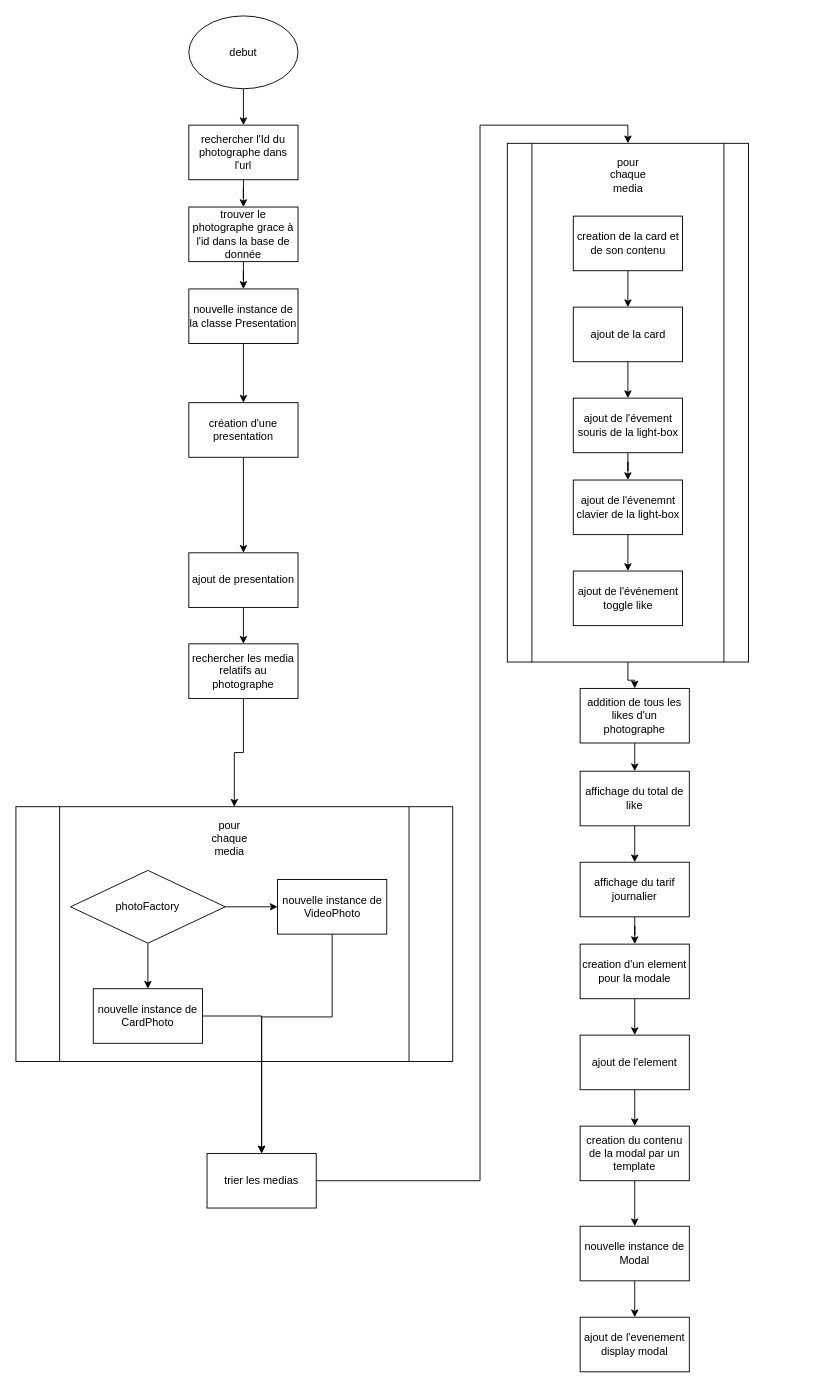
Earlier version of the draw.io diagram photographer.drawio (madelineGrammatico/Front-End-Fisheye). Source tidied: cells renumbered, new cells numbered last; positions are measured from the earlier drawing's top-left corner, leaving out a move shared by most shapes. Both pictures are drawn from the tidied source at 91%, with x=0, y=0 at pixel (15, 15).
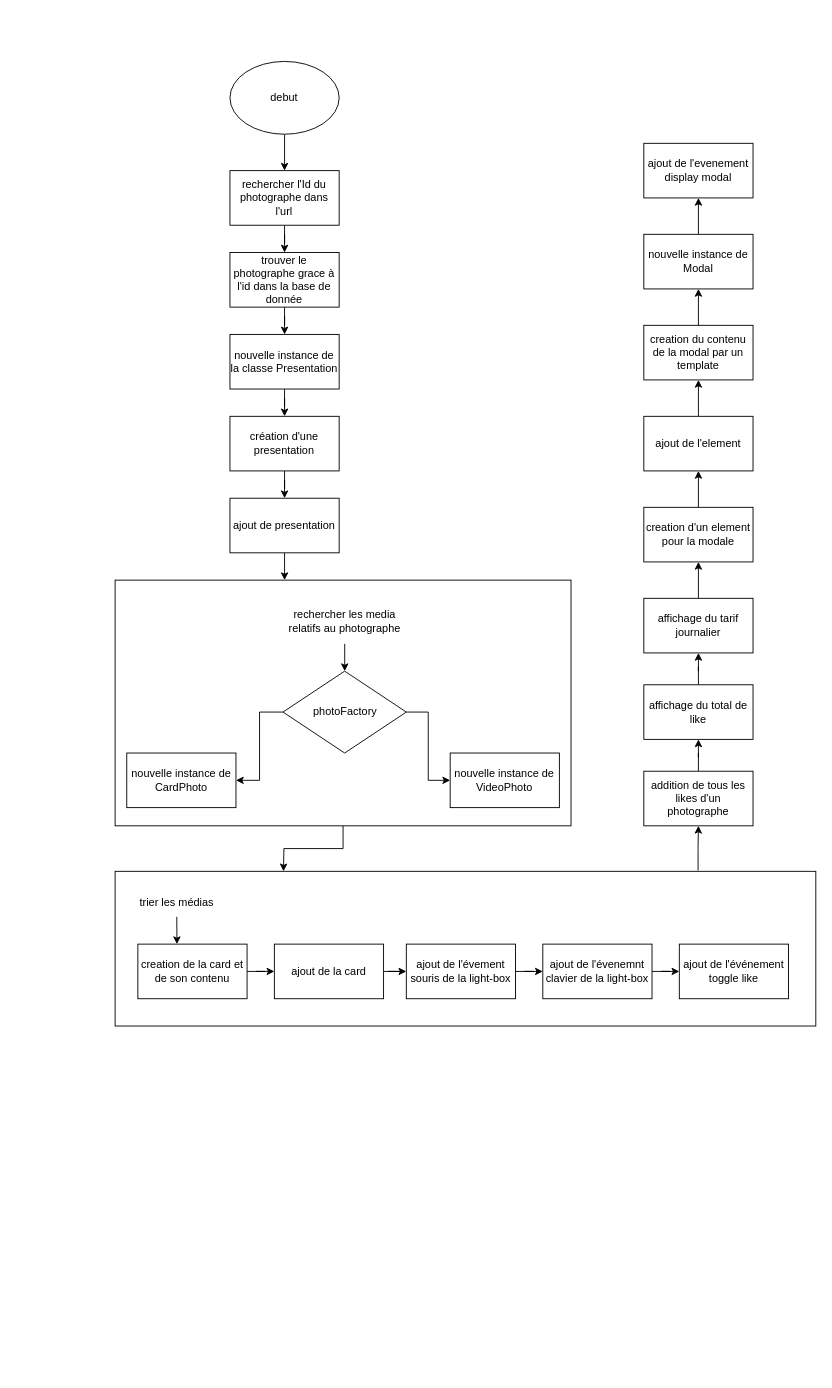
Above is the later version.

Diff of the diagram source:
```diff
@@
-    <mxCell id="2" style="shape=process;whiteSpace=wrap;html=1;backgroundOutline=1;" parent="1" vertex="1">
-      <mxGeometry y="869" width="480" height="280" as="geometry" />
-    </mxCell>
+    <mxCell id="54" style="edgeStyle=orthogonalEdgeStyle;rounded=0;jettySize=auto;html=1;entryX=0.5;entryY=1;entryDx=0;entryDy=0;exitX=0.832;exitY=-0.006;exitDx=0;exitDy=0;exitPerimeter=0;" parent="1" edge="1" source="55" target="49">
+      <mxGeometry relative="1" as="geometry" />
+    </mxCell>
+    <mxCell id="55" style="rounded=0;whiteSpace=wrap;html=1;" parent="1" vertex="1">
+      <mxGeometry x="109" y="940" width="770" height="170" as="geometry" />
+    </mxCell>
+    <mxCell id="56" style="edgeStyle=orthogonalEdgeStyle;rounded=0;jettySize=auto;html=1;" parent="1" edge="1" source="57">
+      <mxGeometry relative="1" as="geometry">
+        <mxPoint x="294" y="940" as="targetPoint" />
+      </mxGeometry>
+    </mxCell>
+    <mxCell id="57" style="rounded=0;whiteSpace=wrap;html=1;" parent="1" vertex="1">
+      <mxGeometry x="109" y="620" width="501" height="270" as="geometry" />
+    </mxCell>
@@
     <mxCell id="4" value="&lt;div&gt;debut&lt;/div&gt;" style="ellipse;whiteSpace=wrap;html=1;" parent="1" vertex="1">
-      <mxGeometry x="190" width="120" height="80" as="geometry" />
+      <mxGeometry x="235.2" y="50" width="120" height="80" as="geometry" />
     </mxCell>
@@
     <mxCell id="6" value="rechercher l'Id du photographe dans l'url" style="rounded=0;whiteSpace=wrap;html=1;" parent="1" vertex="1">
-      <mxGeometry x="190" y="120" width="120" height="60" as="geometry" />
+      <mxGeometry x="235.2" y="170" width="120" height="60" as="geometry" />
     </mxCell>
@@
     <mxCell id="8" value="trouver le photographe grace à l'id dans la base de donnée" style="rounded=0;whiteSpace=wrap;html=1;" parent="1" vertex="1">
-      <mxGeometry x="190" y="210" width="120" height="60" as="geometry" />
+      <mxGeometry x="235.2" y="260" width="120" height="60" as="geometry" />
     </mxCell>
@@
     <mxCell id="10" value="nouvelle instance de la classe Presentation" style="rounded=0;whiteSpace=wrap;html=1;" parent="1" vertex="1">
-      <mxGeometry x="190" y="300" width="120" height="60" as="geometry" />
+      <mxGeometry x="235.2" y="350" width="120" height="60" as="geometry" />
     </mxCell>
@@
     <mxCell id="12" value="création d'une presentation " style="rounded=0;whiteSpace=wrap;html=1;" parent="1" vertex="1">
-      <mxGeometry x="190" y="425" width="120" height="60" as="geometry" />
+      <mxGeometry x="235.2" y="440" width="120" height="60" as="geometry" />
     </mxCell>
-    <mxCell id="13" style="edgeStyle=orthogonalEdgeStyle;rounded=0;jettySize=auto;html=1;entryX=0.5;entryY=0;entryDx=0;entryDy=0;" parent="1" edge="1" source="14" target="2">
-      <mxGeometry relative="1" as="geometry" />
-    </mxCell>
-    <mxCell id="14" value="rechercher les media relatifs au photographe" style="rounded=0;whiteSpace=wrap;html=1;" parent="1" vertex="1">
-      <mxGeometry x="190" y="690" width="120" height="60" as="geometry" />
-    </mxCell>
-    <mxCell id="15" style="edgeStyle=orthogonalEdgeStyle;rounded=0;jettySize=auto;html=1;entryX=0.5;entryY=0;entryDx=0;entryDy=0;" parent="1" edge="1" source="16" target="18">
-      <mxGeometry relative="1" as="geometry">
-        <Array as="points">
-          <mxPoint x="510" y="1280" />
-          <mxPoint x="510" y="120" />
-          <mxPoint x="673" y="120" />
-        </Array>
-      </mxGeometry>
-    </mxCell>
-    <mxCell id="16" value="trier les medias" style="rounded=0;whiteSpace=wrap;html=1;" parent="1" vertex="1">
-      <mxGeometry x="210" y="1250" width="120" height="60" as="geometry" />
-    </mxCell>
-    <mxCell id="17" style="edgeStyle=orthogonalEdgeStyle;rounded=0;jettySize=auto;html=1;entryX=0.5;entryY=0;entryDx=0;entryDy=0;" parent="1" edge="1" source="18" target="49">
-      <mxGeometry relative="1" as="geometry" />
-    </mxCell>
-    <mxCell id="18" style="shape=process;whiteSpace=wrap;html=1;backgroundOutline=1;" parent="1" vertex="1">
-      <mxGeometry x="540" y="140" width="265" height="570" as="geometry" />
-    </mxCell>
+    <mxCell id="58" style="edgeStyle=orthogonalEdgeStyle;rounded=0;jettySize=auto;html=1;exitX=0.5;exitY=1;exitDx=0;exitDy=0;entryX=0.358;entryY=0;entryDx=0;entryDy=0;entryPerimeter=0;" parent="1" edge="1" source="19" target="28">
+      <mxGeometry relative="1" as="geometry" />
+    </mxCell>
-    <mxCell id="19" value="pour chaque media" style="text;html=1;strokeColor=none;fillColor=none;align=center;verticalAlign=middle;whiteSpace=wrap;rounded=0;" parent="1" vertex="1">
-      <mxGeometry x="642.5" y="160" width="60" height="30" as="geometry" />
+    <mxCell id="19" value="trier les médias" style="text;html=1;strokeColor=none;fillColor=none;align=center;verticalAlign=middle;whiteSpace=wrap;rounded=0;" parent="1" vertex="1">
+      <mxGeometry x="134" y="960" width="85.5" height="30" as="geometry" />
     </mxCell>
-    <mxCell id="20" style="edgeStyle=orthogonalEdgeStyle;rounded=0;jettySize=auto;html=1;entryX=0.5;entryY=0;entryDx=0;entryDy=0;" parent="1" edge="1" source="22" target="24">
+    <mxCell id="20" style="edgeStyle=orthogonalEdgeStyle;rounded=0;jettySize=auto;html=1;entryX=1;entryY=0.5;entryDx=0;entryDy=0;" parent="1" edge="1" source="22" target="24">
       <mxGeometry relative="1" as="geometry" />
     </mxCell>
@@
     <mxCell id="22" value="photoFactory" style="rhombus;whiteSpace=wrap;html=1;" parent="1" vertex="1">
-      <mxGeometry x="60" y="939" width="170" height="80" as="geometry" />
+      <mxGeometry x="293.5" y="720" width="135.5" height="90" as="geometry" />
     </mxCell>
-    <mxCell id="23" style="edgeStyle=orthogonalEdgeStyle;rounded=0;jettySize=auto;html=1;entryX=0.5;entryY=0;entryDx=0;entryDy=0;" parent="1" edge="1" source="24" target="16">
-      <mxGeometry relative="1" as="geometry" />
-    </mxCell>
     <mxCell id="24" value="nouvelle instance de CardPhoto" style="rounded=0;whiteSpace=wrap;html=1;" parent="1" vertex="1">
-      <mxGeometry x="85" y="1069" width="120" height="60" as="geometry" />
+      <mxGeometry x="121.8" y="810" width="120" height="60" as="geometry" />
     </mxCell>
-    <mxCell id="25" style="edgeStyle=orthogonalEdgeStyle;rounded=0;jettySize=auto;html=1;entryX=0.5;entryY=0;entryDx=0;entryDy=0;" parent="1" edge="1" source="26" target="16">
-      <mxGeometry relative="1" as="geometry">
-        <Array as="points">
-          <mxPoint x="348" y="1100" />
-          <mxPoint x="270" y="1100" />
-        </Array>
-      </mxGeometry>
-    </mxCell>
     <mxCell id="26" value="nouvelle instance de VideoPhoto" style="rounded=0;whiteSpace=wrap;html=1;" parent="1" vertex="1">
-      <mxGeometry x="287.5" y="949" width="120" height="60" as="geometry" />
+      <mxGeometry x="477.2" y="810" width="120" height="60" as="geometry" />
     </mxCell>
-    <mxCell id="27" style="edgeStyle=orthogonalEdgeStyle;rounded=0;jettySize=auto;html=1;entryX=0.5;entryY=0;entryDx=0;entryDy=0;" parent="1" edge="1" source="28" target="30">
+    <mxCell id="27" style="edgeStyle=orthogonalEdgeStyle;rounded=0;jettySize=auto;html=1;entryX=0;entryY=0.5;entryDx=0;entryDy=0;" parent="1" edge="1" source="28" target="30">
       <mxGeometry relative="1" as="geometry" />
     </mxCell>
     <mxCell id="28" value="creation de la card et de son contenu" style="rounded=0;whiteSpace=wrap;html=1;" parent="1" vertex="1">
-      <mxGeometry x="612.5" y="220" width="120" height="60" as="geometry" />
+      <mxGeometry x="134" y="1020" width="120" height="60" as="geometry" />
     </mxCell>
@@
     <mxCell id="30" value="ajout de la card" style="rounded=0;whiteSpace=wrap;html=1;" parent="1" vertex="1">
-      <mxGeometry x="612.5" y="320" width="120" height="60" as="geometry" />
+      <mxGeometry x="284" y="1020" width="120" height="60" as="geometry" />
     </mxCell>
@@
     <mxCell id="32" value="ajout de l'évement souris de la light-box" style="rounded=0;whiteSpace=wrap;html=1;" parent="1" vertex="1">
-      <mxGeometry x="612.5" y="420" width="120" height="60" as="geometry" />
+      <mxGeometry x="429" y="1020" width="120" height="60" as="geometry" />
     </mxCell>
@@
     <mxCell id="34" value="ajout de l'évenemnt clavier de la light-box" style="rounded=0;whiteSpace=wrap;html=1;" parent="1" vertex="1">
-      <mxGeometry x="612.5" y="510" width="120" height="60" as="geometry" />
+      <mxGeometry x="579" y="1020" width="120" height="60" as="geometry" />
     </mxCell>
     <mxCell id="35" value="ajout de l'événement toggle like" style="rounded=0;whiteSpace=wrap;html=1;" parent="1" vertex="1">
-      <mxGeometry x="612.5" y="610" width="120" height="60" as="geometry" />
+      <mxGeometry x="729" y="1020" width="120" height="60" as="geometry" />
     </mxCell>
@@
     <mxCell id="37" value="creation d'un element pour la modale" style="rounded=0;whiteSpace=wrap;html=1;" parent="1" vertex="1">
-      <mxGeometry x="620" y="1020" width="120" height="60" as="geometry" />
+      <mxGeometry x="690" y="540" width="120" height="60" as="geometry" />
     </mxCell>
@@
     <mxCell id="39" value="ajout de l'element" style="rounded=0;whiteSpace=wrap;html=1;" parent="1" vertex="1">
-      <mxGeometry x="620" y="1120" width="120" height="60" as="geometry" />
+      <mxGeometry x="690" y="440" width="120" height="60" as="geometry" />
     </mxCell>
@@
     <mxCell id="41" value="creation du contenu de la modal par un template" style="rounded=0;whiteSpace=wrap;html=1;" parent="1" vertex="1">
-      <mxGeometry x="620" y="1220" width="120" height="60" as="geometry" />
+      <mxGeometry x="690" y="340" width="120" height="60" as="geometry" />
     </mxCell>
@@
     <mxCell id="43" value="nouvelle instance de Modal" style="rounded=0;whiteSpace=wrap;html=1;" parent="1" vertex="1">
-      <mxGeometry x="620" y="1330" width="120" height="60" as="geometry" />
+      <mxGeometry x="690" y="240" width="120" height="60" as="geometry" />
     </mxCell>
     <mxCell id="44" value="ajout de l'evenement display modal" style="rounded=0;whiteSpace=wrap;html=1;" parent="1" vertex="1">
-      <mxGeometry x="620" y="1430" width="120" height="60" as="geometry" />
+      <mxGeometry x="690" y="140" width="120" height="60" as="geometry" />
     </mxCell>
-    <mxCell id="45" style="edgeStyle=orthogonalEdgeStyle;rounded=0;jettySize=auto;html=1;" parent="1" edge="1" source="46" target="14">
-      <mxGeometry relative="1" as="geometry" />
+    <mxCell id="45" style="edgeStyle=orthogonalEdgeStyle;rounded=0;jettySize=auto;html=1;" parent="1" edge="1" source="46">
+      <mxGeometry relative="1" as="geometry">
+        <mxPoint x="295.2" y="620" as="targetPoint" />
+      </mxGeometry>
     </mxCell>
     <mxCell id="46" value="ajout de presentation" style="rounded=0;whiteSpace=wrap;html=1;" parent="1" vertex="1">
-      <mxGeometry x="190" y="590" width="120" height="60" as="geometry" />
+      <mxGeometry x="235.2" y="530" width="120" height="60" as="geometry" />
     </mxCell>
+    <mxCell id="59" style="edgeStyle=orthogonalEdgeStyle;rounded=0;jettySize=auto;html=1;" parent="1" edge="1" source="47" target="22">
+      <mxGeometry relative="1" as="geometry" />
+    </mxCell>
-    <mxCell id="47" value="pour chaque media" style="text;html=1;strokeColor=none;fillColor=none;align=center;verticalAlign=middle;whiteSpace=wrap;rounded=0;" parent="1" vertex="1">
-      <mxGeometry x="205" y="889" width="60" height="30" as="geometry" />
+    <mxCell id="47" value="rechercher les media relatifs au photographe" style="text;html=1;strokeColor=none;fillColor=none;align=center;verticalAlign=middle;whiteSpace=wrap;rounded=0;" parent="1" vertex="1">
+      <mxGeometry x="288.9" y="640" width="144.8" height="50" as="geometry" />
     </mxCell>
-    <mxCell id="48" style="edgeStyle=orthogonalEdgeStyle;rounded=0;jettySize=auto;html=1;exitX=0.5;exitY=1;exitDx=0;exitDy=0;entryX=0.5;entryY=0;entryDx=0;entryDy=0;" parent="1" edge="1" source="49" target="51">
+    <mxCell id="48" style="edgeStyle=orthogonalEdgeStyle;rounded=0;jettySize=auto;html=1;entryX=0.5;entryY=1;entryDx=0;entryDy=0;" parent="1" edge="1" source="49" target="51">
       <mxGeometry relative="1" as="geometry" />
     </mxCell>
     <mxCell id="49" value="addition de tous les likes d'un photographe" style="rounded=0;whiteSpace=wrap;html=1;" parent="1" vertex="1">
-      <mxGeometry x="620" y="739" width="120" height="60" as="geometry" />
+      <mxGeometry x="690" y="830" width="120" height="60" as="geometry" />
     </mxCell>
@@
     <mxCell id="51" value="affichage du total de like" style="rounded=0;whiteSpace=wrap;html=1;" parent="1" vertex="1">
-      <mxGeometry x="620" y="830" width="120" height="60" as="geometry" />
+      <mxGeometry x="690" y="735" width="120" height="60" as="geometry" />
     </mxCell>
-    <mxCell id="52" style="edgeStyle=orthogonalEdgeStyle;rounded=0;jettySize=auto;html=1;entryX=0.5;entryY=0;entryDx=0;entryDy=0;" parent="1" edge="1" source="53" target="37">
+    <mxCell id="52" style="edgeStyle=orthogonalEdgeStyle;rounded=0;jettySize=auto;html=1;entryX=0.5;entryY=1;entryDx=0;entryDy=0;" parent="1" edge="1" source="53" target="37">
       <mxGeometry relative="1" as="geometry" />
     </mxCell>
     <mxCell id="53" value="affichage du tarif journalier" style="rounded=0;whiteSpace=wrap;html=1;" parent="1" vertex="1">
-      <mxGeometry x="620" y="930" width="120" height="60" as="geometry" />
+      <mxGeometry x="690" y="640" width="120" height="60" as="geometry" />
     </mxCell>
```
